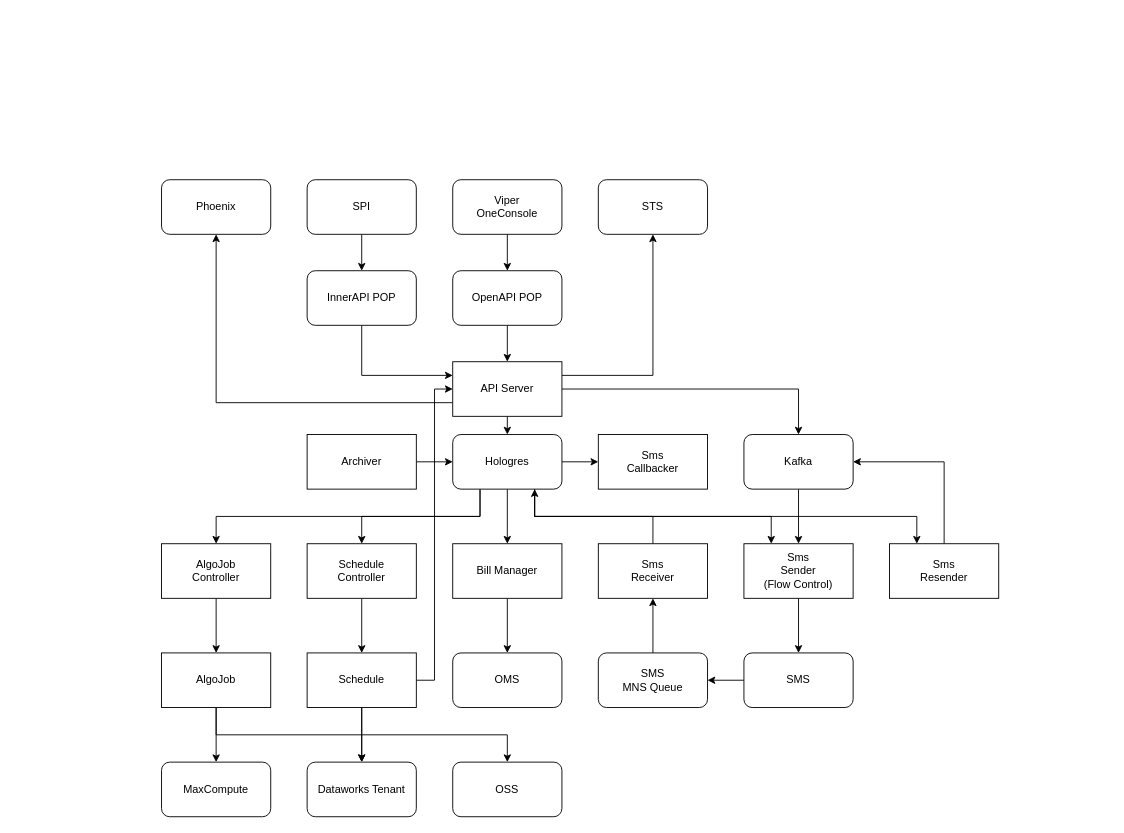
kleon1024/draw keeps this draw.io diagram as growth_arch.drawio. Above is the earlier version. Source tidied: cells renumbered, new cells numbered last; positions are measured from the earlier drawing's top-left corner, leaving out a move shared by most shapes. Both pictures are drawn from the tidied source at 91%, with x=0, y=0 at pixel (161, 179).
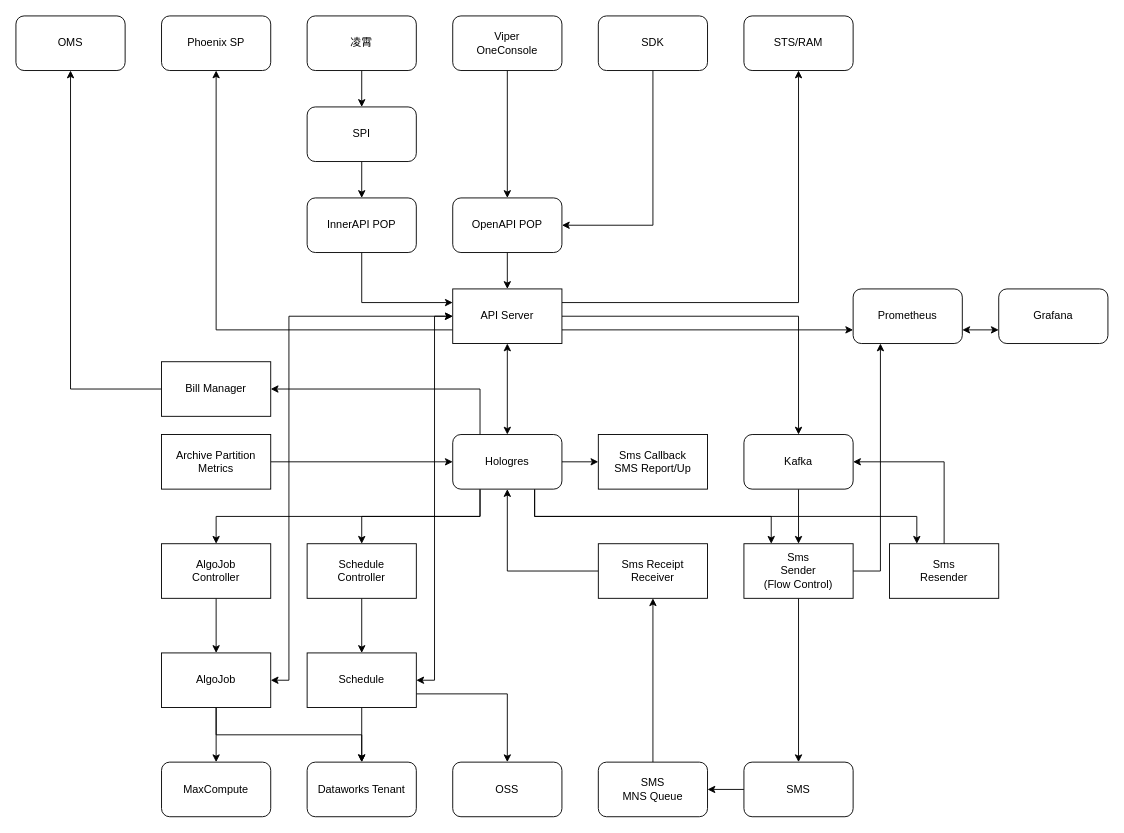
The same diagram, later.

Unchanged cells that the change refers to:
```xml
<mxCell id="16" value="Sms&lt;br&gt;Sender&lt;br&gt;(Flow Control)" style="rounded=0;whiteSpace=wrap;html=1;" parent="1" vertex="1">
  <mxGeometry x="640" y="400" width="120" height="60" as="geometry" />
</mxCell>
<mxCell id="23" value="Hologres" style="rounded=1;whiteSpace=wrap;html=1;" parent="1" vertex="1">
  <mxGeometry x="320" y="280" width="120" height="60" as="geometry" />
</mxCell>
<mxCell id="42" value="Schedule" style="rounded=0;whiteSpace=wrap;html=1;" parent="1" vertex="1">
  <mxGeometry x="160" y="520" width="120" height="60" as="geometry" />
</mxCell>
<mxCell id="47" value="AlgoJob" style="rounded=0;whiteSpace=wrap;html=1;" parent="1" vertex="1">
  <mxGeometry y="520" width="120" height="60" as="geometry" />
</mxCell>
<mxCell id="55" value="OSS" style="rounded=1;whiteSpace=wrap;html=1;" parent="1" vertex="1">
  <mxGeometry x="320" y="640" width="120" height="60" as="geometry" />
</mxCell>
```

Diff of the diagram source:
```diff
@@
-    <mxCell id="2" style="edgeStyle=orthogonalEdgeStyle;rounded=0;jettySize=auto;html=1;exitX=0.5;exitY=1;exitDx=0;exitDy=0;entryX=0.5;entryY=0;entryDx=0;entryDy=0;" parent="1" edge="1" source="6" target="23">
+    <mxCell id="2" style="edgeStyle=orthogonalEdgeStyle;rounded=0;jettySize=auto;html=1;exitX=0.5;exitY=1;exitDx=0;exitDy=0;entryX=0.5;entryY=0;entryDx=0;entryDy=0;startArrow=classic;startFill=1;" parent="1" edge="1" source="6" target="23">
       <mxGeometry relative="1" as="geometry" />
     </mxCell>
@@
+    <mxCell id="56" style="edgeStyle=orthogonalEdgeStyle;rounded=0;jettySize=auto;html=1;exitX=1;exitY=0.75;exitDx=0;exitDy=0;entryX=0;entryY=0.75;entryDx=0;entryDy=0;startArrow=none;startFill=0;strokeWidth=1;" parent="1" edge="1" source="6" target="64">
+      <mxGeometry relative="1" as="geometry" />
+    </mxCell>
     <mxCell id="6" value="API Server" style="rounded=0;whiteSpace=wrap;html=1;" parent="1" vertex="1">
-      <mxGeometry x="320" y="200" width="120" height="60" as="geometry" />
+      <mxGeometry x="320" y="120" width="120" height="60" as="geometry" />
     </mxCell>
@@
-    <mxCell id="11" style="edgeStyle=orthogonalEdgeStyle;rounded=0;jettySize=auto;html=1;exitX=0.5;exitY=1;exitDx=0;exitDy=0;" parent="1" edge="1" source="12" target="30">
+    <mxCell id="11" style="edgeStyle=orthogonalEdgeStyle;rounded=0;jettySize=auto;html=1;exitX=0;exitY=0.5;exitDx=0;exitDy=0;strokeWidth=1;" parent="1" edge="1" source="12" target="30">
       <mxGeometry relative="1" as="geometry" />
     </mxCell>
     <mxCell id="12" value="Bill Manager" style="rounded=0;whiteSpace=wrap;html=1;" parent="1" vertex="1">
-      <mxGeometry x="320" y="400" width="120" height="60" as="geometry" />
+      <mxGeometry y="200" width="120" height="60" as="geometry" />
     </mxCell>
@@
-    <mxCell id="14" value="Archiver" style="rounded=0;whiteSpace=wrap;html=1;" parent="1" vertex="1">
-      <mxGeometry x="160" y="280" width="120" height="60" as="geometry" />
+    <mxCell id="14" value="Archive Partition&lt;br&gt;Metrics" style="rounded=0;whiteSpace=wrap;html=1;" parent="1" vertex="1">
+      <mxGeometry y="280" width="120" height="60" as="geometry" />
     </mxCell>
@@
+    <mxCell id="57" style="edgeStyle=orthogonalEdgeStyle;rounded=0;jettySize=auto;html=1;exitX=1;exitY=0.5;exitDx=0;exitDy=0;entryX=0.25;entryY=1;entryDx=0;entryDy=0;startArrow=none;startFill=0;strokeWidth=1;" parent="1" edge="1" source="16" target="64">
+      <mxGeometry relative="1" as="geometry" />
+    </mxCell>
@@
-    <mxCell id="17" style="edgeStyle=orthogonalEdgeStyle;rounded=0;jettySize=auto;html=1;exitX=0.5;exitY=1;exitDx=0;exitDy=0;entryX=0.5;entryY=0;entryDx=0;entryDy=0;" parent="1" edge="1" source="23" target="12">
-      <mxGeometry relative="1" as="geometry" />
-    </mxCell>
@@
+    <mxCell id="17" style="edgeStyle=orthogonalEdgeStyle;rounded=0;jettySize=auto;html=1;exitX=0.25;exitY=0;exitDx=0;exitDy=0;entryX=1;entryY=0.5;entryDx=0;entryDy=0;strokeWidth=1;" parent="1" edge="1" source="23" target="12">
+      <mxGeometry relative="1" as="geometry" />
+    </mxCell>
@@
     <mxCell id="27" value="OpenAPI POP" style="rounded=1;whiteSpace=wrap;html=1;" parent="1" vertex="1">
-      <mxGeometry x="320" y="100" width="120" height="60" as="geometry" />
+      <mxGeometry x="320" y="20" width="120" height="60" as="geometry" />
     </mxCell>
@@
     <mxCell id="29" value="Viper&lt;br&gt;OneConsole" style="rounded=1;whiteSpace=wrap;html=1;" parent="1" vertex="1">
-      <mxGeometry x="320" width="120" height="60" as="geometry" />
+      <mxGeometry x="320" y="-180" width="120" height="60" as="geometry" />
     </mxCell>
     <mxCell id="30" value="OMS" style="rounded=1;whiteSpace=wrap;html=1;" parent="1" vertex="1">
-      <mxGeometry x="320" y="520" width="120" height="60" as="geometry" />
+      <mxGeometry x="-160" y="-180" width="120" height="60" as="geometry" />
     </mxCell>
@@
     <mxCell id="34" value="SMS" style="rounded=1;whiteSpace=wrap;html=1;" parent="1" vertex="1">
-      <mxGeometry x="640" y="520" width="120" height="60" as="geometry" />
+      <mxGeometry x="640" y="640" width="120" height="60" as="geometry" />
     </mxCell>
-    <mxCell id="35" style="edgeStyle=orthogonalEdgeStyle;rounded=0;jettySize=auto;html=1;exitX=0.5;exitY=0;exitDx=0;exitDy=0;entryX=0.75;entryY=1;entryDx=0;entryDy=0;" parent="1" edge="1" source="36" target="23">
+    <mxCell id="35" style="edgeStyle=orthogonalEdgeStyle;rounded=0;jettySize=auto;html=1;exitX=0;exitY=0.5;exitDx=0;exitDy=0;entryX=0.5;entryY=1;entryDx=0;entryDy=0;strokeWidth=1;" parent="1" edge="1" source="36" target="23">
       <mxGeometry relative="1" as="geometry" />
     </mxCell>
-    <mxCell id="36" value="Sms&lt;br&gt;Receiver" style="rounded=0;whiteSpace=wrap;html=1;" parent="1" vertex="1">
+    <mxCell id="36" value="Sms Receipt&lt;br&gt;Receiver" style="rounded=0;whiteSpace=wrap;html=1;" parent="1" vertex="1">
       <mxGeometry x="480" y="400" width="120" height="60" as="geometry" />
     </mxCell>
@@
     <mxCell id="38" value="SMS&lt;br&gt;MNS Queue" style="rounded=1;whiteSpace=wrap;html=1;" parent="1" vertex="1">
-      <mxGeometry x="480" y="520" width="120" height="60" as="geometry" />
+      <mxGeometry x="480" y="640" width="120" height="60" as="geometry" />
     </mxCell>
@@
-    <mxCell id="40" style="edgeStyle=orthogonalEdgeStyle;rounded=0;jettySize=auto;html=1;exitX=1;exitY=0.5;exitDx=0;exitDy=0;entryX=0;entryY=0.5;entryDx=0;entryDy=0;" parent="1" edge="1" source="42" target="6">
+    <mxCell id="40" style="edgeStyle=orthogonalEdgeStyle;rounded=0;jettySize=auto;html=1;exitX=1;exitY=0.5;exitDx=0;exitDy=0;entryX=0;entryY=0.5;entryDx=0;entryDy=0;startArrow=classic;startFill=1;" parent="1" edge="1" source="42" target="6">
       <mxGeometry relative="1" as="geometry" />
     </mxCell>
-    <mxCell id="41" style="edgeStyle=orthogonalEdgeStyle;rounded=0;jettySize=auto;html=1;exitX=0.5;exitY=1;exitDx=0;exitDy=0;" parent="1" edge="1" source="42" target="55">
+    <mxCell id="41" style="edgeStyle=orthogonalEdgeStyle;rounded=0;jettySize=auto;html=1;exitX=1;exitY=0.75;exitDx=0;exitDy=0;strokeWidth=1;" parent="1" edge="1" source="42" target="55">
       <mxGeometry relative="1" as="geometry" />
     </mxCell>
@@
+    <mxCell id="58" style="edgeStyle=orthogonalEdgeStyle;rounded=0;jettySize=auto;html=1;exitX=1;exitY=0.5;exitDx=0;exitDy=0;entryX=0;entryY=0.5;entryDx=0;entryDy=0;startArrow=classic;startFill=1;strokeWidth=1;" parent="1" edge="1" source="47" target="6">
+      <mxGeometry relative="1" as="geometry">
+        <Array as="points">
+          <mxPoint x="140" y="550" />
+          <mxPoint x="140" y="150" />
+        </Array>
+      </mxGeometry>
+    </mxCell>
@@
-    <mxCell id="48" value="Phoenix" style="rounded=1;whiteSpace=wrap;html=1;" parent="1" vertex="1">
-      <mxGeometry width="120" height="60" as="geometry" />
+    <mxCell id="48" value="Phoenix SP" style="rounded=1;whiteSpace=wrap;html=1;" parent="1" vertex="1">
+      <mxGeometry y="-180" width="120" height="60" as="geometry" />
     </mxCell>
@@
     <mxCell id="50" value="SPI" style="rounded=1;whiteSpace=wrap;html=1;" parent="1" vertex="1">
-      <mxGeometry x="160" width="120" height="60" as="geometry" />
+      <mxGeometry x="160" y="-80" width="120" height="60" as="geometry" />
     </mxCell>
@@
     <mxCell id="52" value="InnerAPI POP" style="rounded=1;whiteSpace=wrap;html=1;" parent="1" vertex="1">
-      <mxGeometry x="160" y="100" width="120" height="60" as="geometry" />
+      <mxGeometry x="160" y="20" width="120" height="60" as="geometry" />
     </mxCell>
-    <mxCell id="53" value="STS" style="rounded=1;whiteSpace=wrap;html=1;" parent="1" vertex="1">
-      <mxGeometry x="480" width="120" height="60" as="geometry" />
+    <mxCell id="53" value="STS/RAM" style="rounded=1;whiteSpace=wrap;html=1;" parent="1" vertex="1">
+      <mxGeometry x="640" y="-180" width="120" height="60" as="geometry" />
     </mxCell>
-    <mxCell id="54" value="Sms&lt;br&gt;Callbacker" style="rounded=0;whiteSpace=wrap;html=1;" parent="1" vertex="1">
+    <mxCell id="54" value="Sms Callback&lt;br&gt;SMS Report/Up" style="rounded=0;whiteSpace=wrap;html=1;" parent="1" vertex="1">
       <mxGeometry x="480" y="280" width="120" height="60" as="geometry" />
     </mxCell>
@@
+    <mxCell id="59" style="edgeStyle=orthogonalEdgeStyle;rounded=0;jettySize=auto;html=1;exitX=0.5;exitY=1;exitDx=0;exitDy=0;strokeWidth=1;" parent="1" edge="1" source="60" target="50">
+      <mxGeometry relative="1" as="geometry" />
+    </mxCell>
+    <mxCell id="60" value="凌霄" style="rounded=1;whiteSpace=wrap;html=1;" parent="1" vertex="1">
+      <mxGeometry x="160" y="-180" width="120" height="60" as="geometry" />
+    </mxCell>
+    <mxCell id="61" style="edgeStyle=orthogonalEdgeStyle;rounded=0;jettySize=auto;html=1;exitX=0.5;exitY=1;exitDx=0;exitDy=0;entryX=1;entryY=0.5;entryDx=0;entryDy=0;strokeWidth=1;" parent="1" edge="1" source="62" target="27">
+      <mxGeometry relative="1" as="geometry" />
+    </mxCell>
+    <mxCell id="62" value="SDK" style="rounded=1;whiteSpace=wrap;html=1;" parent="1" vertex="1">
+      <mxGeometry x="480" y="-180" width="120" height="60" as="geometry" />
+    </mxCell>
+    <mxCell id="63" style="edgeStyle=orthogonalEdgeStyle;rounded=0;jettySize=auto;html=1;exitX=1;exitY=0.75;exitDx=0;exitDy=0;entryX=0;entryY=0.75;entryDx=0;entryDy=0;startArrow=classic;startFill=1;strokeWidth=1;" parent="1" edge="1" source="64" target="65">
+      <mxGeometry relative="1" as="geometry" />
+    </mxCell>
+    <mxCell id="64" value="Prometheus" style="rounded=1;whiteSpace=wrap;html=1;" parent="1" vertex="1">
+      <mxGeometry x="760" y="120" width="120" height="60" as="geometry" />
+    </mxCell>
+    <mxCell id="65" value="Grafana" style="rounded=1;whiteSpace=wrap;html=1;" parent="1" vertex="1">
+      <mxGeometry x="920" y="120" width="120" height="60" as="geometry" />
+    </mxCell>
```
